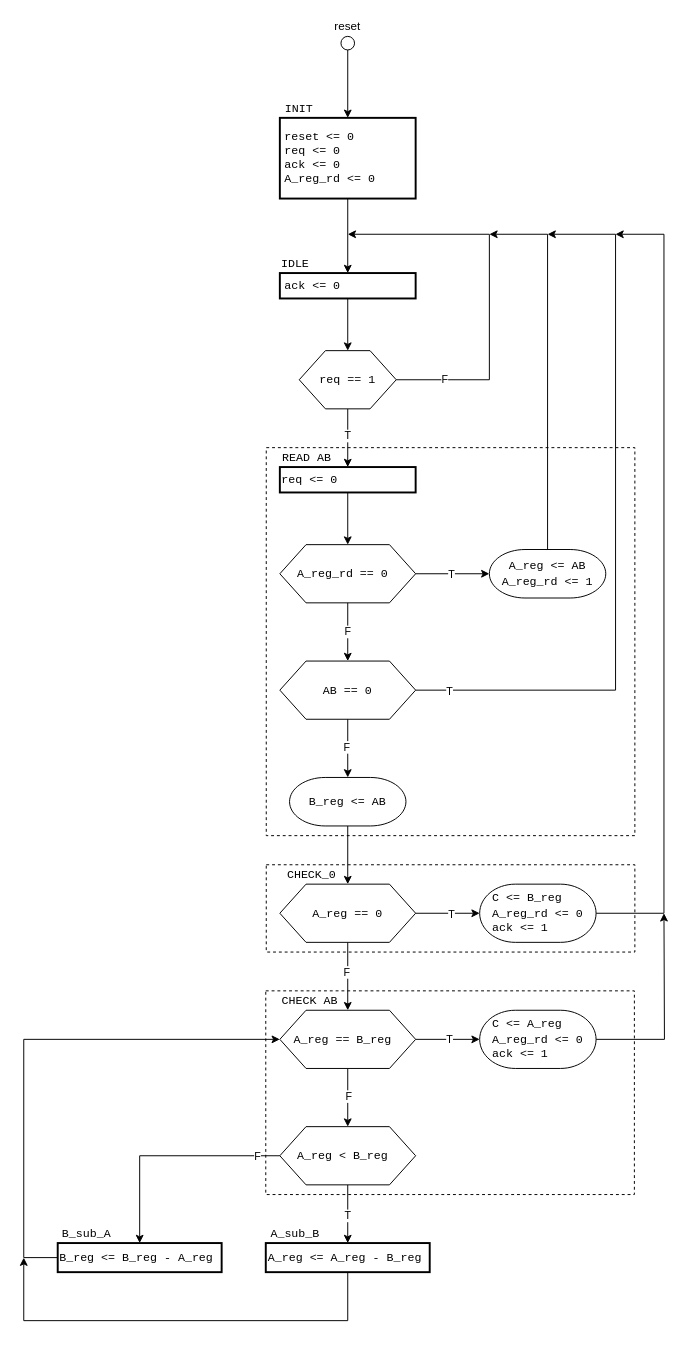
Before: page "State_diagram_ASM" (2 of 4) of assignment_1/State_diagram.drawio in Thommimp/02203_Design_of_Digital_Systems, a draw.io diagram. Source tidied: cells renumbered, new cells numbered last; positions are measured from the earlier drawing's top-left corner, leaving out a move shared by most shapes. Both pictures are drawn from the tidied source at 97%, with x=0, y=0 at pixel (23, 16).
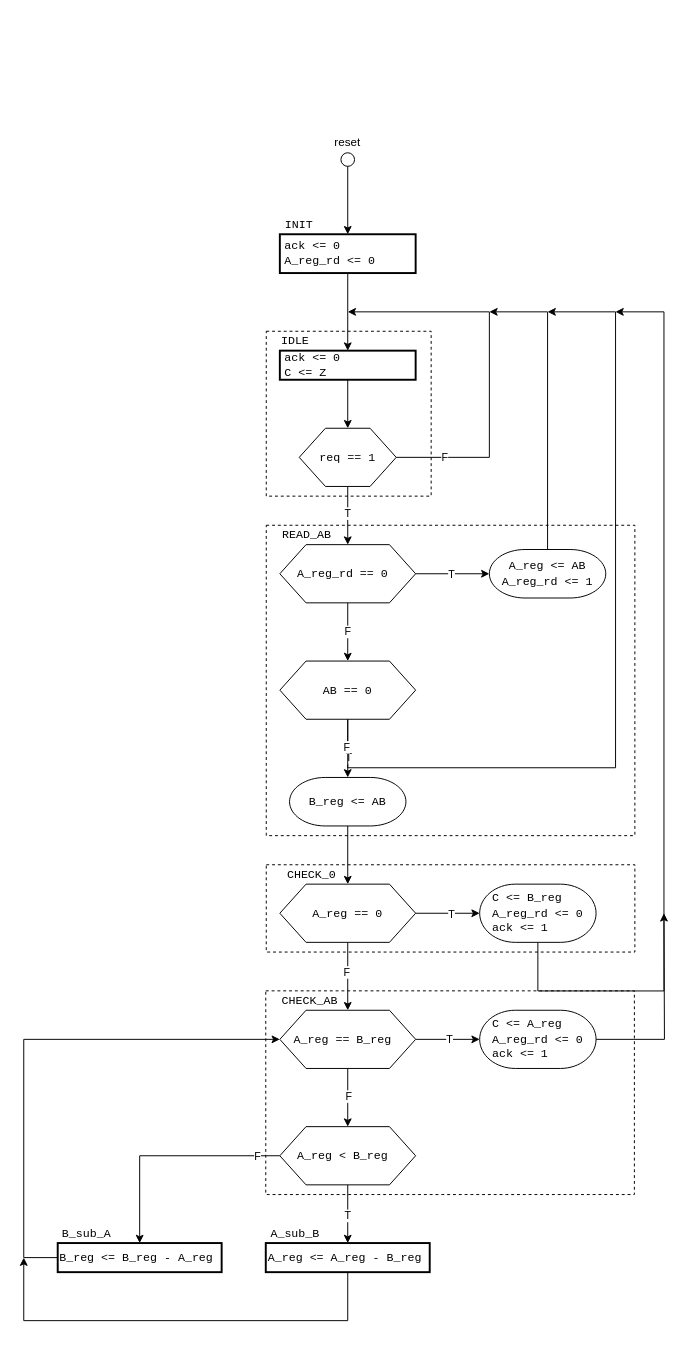
The same page after the edit.

The change refers to these unchanged cells:
```xml
<mxCell id="22" style="verticalLabelPosition=bottom;verticalAlign=top;html=1;shape=hexagon;perimeter=hexagonPerimeter2;arcSize=6;size=0.19285714285714287;" parent="1" vertex="1">
  <mxGeometry x="264" y="544" width="140" height="60" as="geometry" />
</mxCell>
<mxCell id="25" value="&lt;font face=&quot;Courier New&quot; style=&quot;text-align: left;&quot;&gt;A_reg &amp;lt;= AB&lt;/font&gt;&lt;div style=&quot;text-align: left;&quot;&gt;&lt;font face=&quot;Courier New&quot;&gt;A_reg_rd &amp;lt;= 1&lt;/font&gt;&lt;/div&gt;" style="strokeWidth=1;html=1;shape=mxgraph.flowchart.terminator;whiteSpace=wrap;" parent="1" vertex="1">
  <mxGeometry x="480" y="549" width="120" height="50" as="geometry" />
</mxCell>
<mxCell id="56" value="&lt;div style=&quot;text-align: left;&quot;&gt;&lt;span style=&quot;background-color: transparent; color: light-dark(rgb(0, 0, 0), rgb(255, 255, 255));&quot;&gt;&lt;font face=&quot;Courier New&quot;&gt;C &amp;lt;= B_reg&lt;/font&gt;&lt;/span&gt;&lt;/div&gt;&lt;div style=&quot;text-align: left;&quot;&gt;&lt;span style=&quot;background-color: transparent; color: light-dark(rgb(0, 0, 0), rgb(255, 255, 255));&quot;&gt;&lt;font face=&quot;Courier New&quot;&gt;A_reg_rd &amp;lt;= 0&lt;/font&gt;&lt;/span&gt;&lt;/div&gt;&lt;div style=&quot;text-align: left;&quot;&gt;&lt;font face=&quot;Courier New&quot;&gt;ack &amp;lt;= 1&lt;/font&gt;&lt;/div&gt;" style="strokeWidth=1;html=1;shape=mxgraph.flowchart.terminator;whiteSpace=wrap;" parent="1" vertex="1">
  <mxGeometry x="470" y="894" width="120" height="60" as="geometry" />
</mxCell>
<mxCell id="61" style="verticalLabelPosition=bottom;verticalAlign=top;html=1;shape=hexagon;perimeter=hexagonPerimeter2;arcSize=6;size=0.19285714285714287;" parent="1" vertex="1">
  <mxGeometry x="264" y="664" width="140" height="60" as="geometry" />
</mxCell>
```

The edit, as a diff of the source:
```diff
@@
+    <mxCell id="69" style="rounded=0;whiteSpace=wrap;html=1;fillColor=none;dashed=1;" parent="1" vertex="1">
+      <mxGeometry x="250" y="324" width="170" height="170" as="geometry" />
+    </mxCell>
@@
     <mxCell id="3" style="rounded=0;whiteSpace=wrap;html=1;fillColor=none;dashed=1;" parent="1" vertex="1">
-      <mxGeometry x="250" y="444" width="380" height="400" as="geometry" />
+      <mxGeometry x="250" y="524" width="380" height="320" as="geometry" />
     </mxCell>
     <mxCell id="4" style="edgeStyle=orthogonalEdgeStyle;rounded=0;jettySize=auto;html=1;exitX=1;exitY=0.5;exitDx=0;exitDy=0;" parent="1" edge="1" source="8">
       <mxGeometry relative="1" as="geometry">
-        <mxPoint x="334" y="224" as="targetPoint" />
+        <mxPoint x="334" y="304" as="targetPoint" />
         <Array as="points">
-          <mxPoint x="480" y="374" />
-          <mxPoint x="480" y="224" />
+          <mxPoint x="480" y="454" />
+          <mxPoint x="480" y="304" />
         </Array>
       </mxGeometry>
     </mxCell>
@@
-    <mxCell id="6" style="edgeStyle=orthogonalEdgeStyle;rounded=0;jettySize=auto;html=1;entryX=0.5;entryY=0;entryDx=0;entryDy=0;" parent="1" edge="1" source="8" target="20">
-      <mxGeometry relative="1" as="geometry" />
+    <mxCell id="6" style="edgeStyle=orthogonalEdgeStyle;rounded=0;jettySize=auto;html=1;entryX=0.5;entryY=0;entryDx=0;entryDy=0;" parent="1" edge="1" source="8">
+      <mxGeometry relative="1" as="geometry">
+        <mxPoint x="334" y="544" as="targetPoint" />
+      </mxGeometry>
     </mxCell>
@@
     <mxCell id="8" style="verticalLabelPosition=bottom;verticalAlign=top;html=1;shape=hexagon;perimeter=hexagonPerimeter2;arcSize=6;size=0.27;" parent="1" vertex="1">
-      <mxGeometry x="284" y="344" width="100" height="60" as="geometry" />
+      <mxGeometry x="284" y="424" width="100" height="60" as="geometry" />
     </mxCell>
@@
-    <mxCell id="10" value="reset &amp;lt;= 0&lt;div&gt;req &amp;lt;= 0&lt;/div&gt;&lt;div&gt;ack &amp;lt;= 0&lt;/div&gt;&lt;div&gt;&lt;div style=&quot;font-family: Helvetica;&quot;&gt;&lt;span style=&quot;font-family: &amp;quot;Courier New&amp;quot;; background-color: transparent; color: light-dark(rgb(0, 0, 0), rgb(255, 255, 255));&quot;&gt;A_reg_rd &amp;lt;= 0&lt;/span&gt;&lt;/div&gt;&lt;/div&gt;" style="rounded=0;whiteSpace=wrap;html=1;align=left;fontFamily=Courier New;spacingLeft=3;strokeWidth=2;" parent="1" vertex="1">
-      <mxGeometry x="264" y="104" width="140" height="83.2" as="geometry" />
+    <mxCell id="10" value="&lt;div&gt;&lt;span style=&quot;background-color: transparent; color: light-dark(rgb(0, 0, 0), rgb(255, 255, 255));&quot;&gt;ack &amp;lt;= 0&lt;/span&gt;&lt;/div&gt;&lt;div&gt;&lt;div style=&quot;font-family: Helvetica;&quot;&gt;&lt;span style=&quot;font-family: &amp;quot;Courier New&amp;quot;; background-color: transparent; color: light-dark(rgb(0, 0, 0), rgb(255, 255, 255));&quot;&gt;A_reg_rd &amp;lt;= 0&lt;/span&gt;&lt;/div&gt;&lt;/div&gt;" style="rounded=0;whiteSpace=wrap;html=1;align=left;fontFamily=Courier New;spacingLeft=3;strokeWidth=2;" parent="1" vertex="1">
+      <mxGeometry x="264" y="224" width="140" height="40" as="geometry" />
     </mxCell>
     <mxCell id="11" style="edgeStyle=orthogonalEdgeStyle;rounded=0;orthogonalLoop=1;jettySize=auto;html=1;entryX=0.5;entryY=0;entryDx=0;entryDy=0;" parent="1" edge="1">
       <mxGeometry relative="1" as="geometry">
-        <mxPoint x="334" y="34" as="sourcePoint" />
-        <mxPoint x="334" y="104" as="targetPoint" />
+        <mxPoint x="334" y="154" as="sourcePoint" />
+        <mxPoint x="334" y="224" as="targetPoint" />
       </mxGeometry>
     </mxCell>
     <mxCell id="12" value="reset" style="text;html=1;whiteSpace=wrap;strokeColor=none;fillColor=none;align=center;verticalAlign=middle;rounded=0;" parent="1" vertex="1">
-      <mxGeometry x="314" width="40" height="20" as="geometry" />
+      <mxGeometry x="314" y="120" width="40" height="20" as="geometry" />
     </mxCell>
     <mxCell id="13" style="ellipse;whiteSpace=wrap;html=1;shapeInside=1;fillColor=light-dark(#FFFFFF,#FFFFFF);" parent="1" vertex="1">
-      <mxGeometry x="327" y="20" width="14" height="14" as="geometry" />
+      <mxGeometry x="327" y="140" width="14" height="14" as="geometry" />
     </mxCell>
     <mxCell id="14" value="&lt;font face=&quot;Courier New&quot;&gt;INIT&lt;/font&gt;" style="text;html=1;whiteSpace=wrap;strokeColor=none;fillColor=none;align=center;verticalAlign=middle;rounded=0;" parent="1" vertex="1">
-      <mxGeometry x="264" y="84" width="40" height="20" as="geometry" />
+      <mxGeometry x="264" y="204" width="40" height="20" as="geometry" />
     </mxCell>
@@
-    <mxCell id="16" value="&lt;font face=&quot;Courier New&quot;&gt;ack &amp;lt;= 0&lt;/font&gt;" style="rounded=0;whiteSpace=wrap;html=1;align=left;spacingLeft=3;strokeWidth=2;" parent="1" vertex="1">
-      <mxGeometry x="264" y="264" width="140" height="26.2" as="geometry" />
+    <mxCell id="16" value="&lt;font face=&quot;Courier New&quot;&gt;ack &amp;lt;= 0&lt;/font&gt;&lt;div&gt;&lt;font face=&quot;Courier New&quot;&gt;C &amp;lt;= Z&lt;/font&gt;&lt;/div&gt;" style="rounded=0;whiteSpace=wrap;html=1;align=left;spacingLeft=3;strokeWidth=2;" parent="1" vertex="1">
+      <mxGeometry x="264" y="344" width="140" height="30" as="geometry" />
     </mxCell>
     <mxCell id="17" value="&lt;font face=&quot;Courier New&quot;&gt;IDLE&lt;/font&gt;" style="text;html=1;whiteSpace=wrap;strokeColor=none;fillColor=none;align=center;verticalAlign=middle;rounded=0;" parent="1" vertex="1">
-      <mxGeometry x="260" y="244" width="40" height="20" as="geometry" />
+      <mxGeometry x="260" y="324" width="40" height="20" as="geometry" />
     </mxCell>
     <mxCell id="18" value="&lt;font face=&quot;Courier New&quot;&gt;req == 1&lt;/font&gt;" style="text;html=1;whiteSpace=wrap;strokeColor=none;fillColor=none;align=center;verticalAlign=middle;rounded=0;" parent="1" vertex="1">
-      <mxGeometry x="302" y="367" width="64" height="14" as="geometry" />
+      <mxGeometry x="302" y="447" width="64" height="14" as="geometry" />
     </mxCell>
-    <mxCell id="19" style="edgeStyle=orthogonalEdgeStyle;rounded=0;jettySize=auto;html=1;entryX=0.5;entryY=0;entryDx=0;entryDy=0;" parent="1" edge="1" source="20" target="22">
-      <mxGeometry relative="1" as="geometry" />
-    </mxCell>
-    <mxCell id="20" value="&lt;div&gt;&lt;font face=&quot;Courier New&quot;&gt;req &amp;lt;= 0&lt;/font&gt;&lt;/div&gt;" style="rounded=0;whiteSpace=wrap;html=1;align=left;strokeWidth=2;" parent="1" vertex="1">
-      <mxGeometry x="264" y="464" width="140" height="26.2" as="geometry" />
-    </mxCell>
-    <mxCell id="21" value="&lt;font face=&quot;Courier New&quot;&gt;READ AB&lt;/font&gt;" style="text;html=1;whiteSpace=wrap;strokeColor=none;fillColor=none;align=center;verticalAlign=middle;rounded=0;" parent="1" vertex="1">
-      <mxGeometry x="264" y="444" width="56" height="20" as="geometry" />
+    <mxCell id="21" value="&lt;font face=&quot;Courier New&quot;&gt;READ_AB&lt;/font&gt;" style="text;html=1;whiteSpace=wrap;strokeColor=none;fillColor=none;align=center;verticalAlign=middle;rounded=0;" parent="1" vertex="1">
+      <mxGeometry x="264" y="524" width="56" height="20" as="geometry" />
     </mxCell>
@@
     <mxCell id="24" style="edgeStyle=orthogonalEdgeStyle;rounded=0;jettySize=auto;html=1;" parent="1" edge="1" source="25">
       <mxGeometry relative="1" as="geometry">
-        <mxPoint x="480" y="224" as="targetPoint" />
+        <mxPoint x="480" y="304" as="targetPoint" />
         <Array as="points">
-          <mxPoint x="540" y="224" />
+          <mxPoint x="540" y="304" />
         </Array>
       </mxGeometry>
     </mxCell>
@@
-    <mxCell id="31" value="&lt;font face=&quot;Courier New&quot;&gt;CHECK AB&lt;/font&gt;" style="text;html=1;whiteSpace=wrap;strokeColor=none;fillColor=none;align=center;verticalAlign=middle;rounded=0;" parent="1" vertex="1">
+    <mxCell id="31" value="&lt;font face=&quot;Courier New&quot;&gt;CHECK_AB&lt;/font&gt;" style="text;html=1;whiteSpace=wrap;strokeColor=none;fillColor=none;align=center;verticalAlign=middle;rounded=0;" parent="1" vertex="1">
       <mxGeometry x="260" y="1004" width="70" height="20" as="geometry" />
     </mxCell>
@@
     <mxCell id="55" style="edgeStyle=orthogonalEdgeStyle;rounded=0;jettySize=auto;html=1;" parent="1" edge="1" source="56">
       <mxGeometry relative="1" as="geometry">
-        <mxPoint x="610" y="224" as="targetPoint" />
+        <mxPoint x="610" y="304" as="targetPoint" />
         <Array as="points">
-          <mxPoint x="660" y="924.1" />
-          <mxPoint x="660" y="224.1" />
+          <mxPoint x="660" y="1004.1" />
+          <mxPoint x="660" y="304.1" />
         </Array>
       </mxGeometry>
     </mxCell>
@@
     <mxCell id="59" style="edgeStyle=orthogonalEdgeStyle;rounded=0;jettySize=auto;html=1;" parent="1" edge="1" source="61">
       <mxGeometry relative="1" as="geometry">
-        <mxPoint x="540" y="224" as="targetPoint" />
+        <mxPoint x="540" y="304" as="targetPoint" />
         <Array as="points">
-          <mxPoint x="610.1" y="694" />
-          <mxPoint x="610.1" y="224" />
+          <mxPoint x="610.1" y="774" />
+          <mxPoint x="610.1" y="304" />
         </Array>
       </mxGeometry>
     </mxCell>
```
